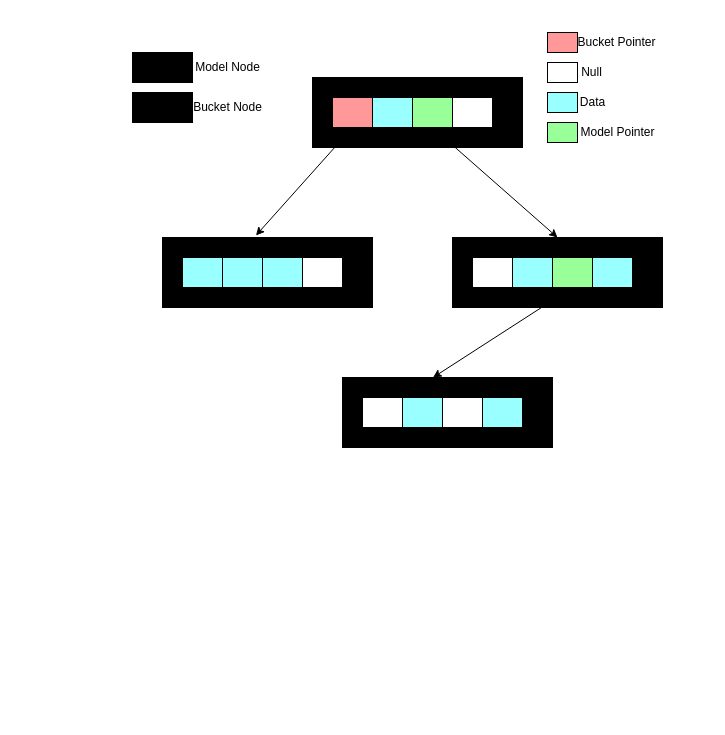
This is images/PreciseSeekIndex.drawio from jingtao8a/draw.io, a draw.io file, before an edit. Source tidied: cells renumbered, new cells numbered last; positions are measured from the earlier drawing's top-left corner, leaving out a move shared by most shapes. Both pictures are drawn from the tidied source at 100%, with x=0, y=0 at pixel (132, 17).
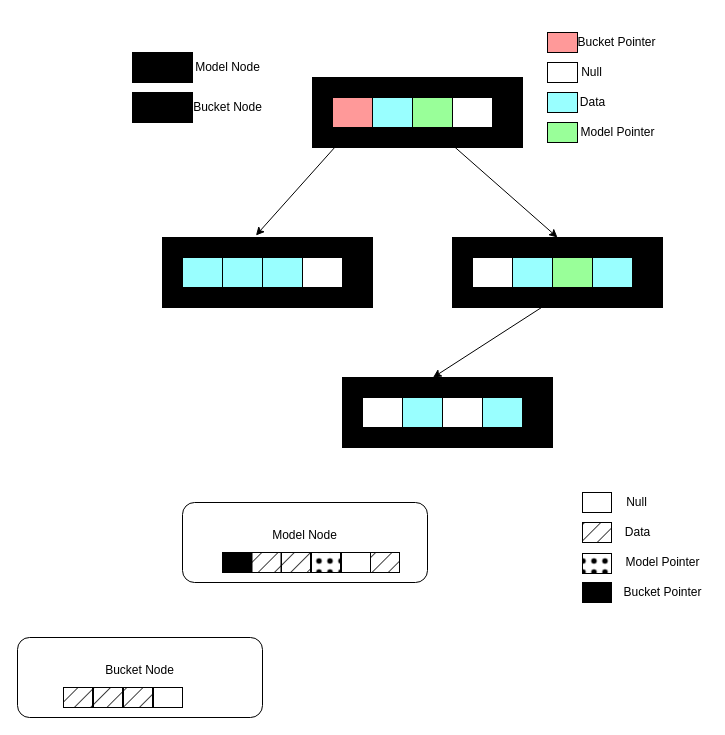
The same diagram, later.

What changed in the source:
```diff
@@
+    <mxCell id="37" value="Model Node&lt;div&gt;&lt;br&gt;&lt;/div&gt;" style="rounded=1;whiteSpace=wrap;html=1;glass=0;strokeColor=light-dark(#000000,#FFFFFF);align=center;verticalAlign=middle;fontFamily=Helvetica;fontSize=12;fontColor=default;fillColor=none;fillStyle=auto;" parent="1" vertex="1">
+      <mxGeometry x="50" y="485" width="245" height="80" as="geometry" />
+    </mxCell>
+    <mxCell id="38" style="rounded=0;whiteSpace=wrap;html=1;glass=0;strokeColor=default;align=center;verticalAlign=middle;fontFamily=Helvetica;fontSize=12;fontColor=default;fillColor=none;fillStyle=auto;" parent="1" vertex="1">
+      <mxGeometry x="450" y="475" width="29" height="20" as="geometry" />
+    </mxCell>
+    <mxCell id="39" value="&lt;p class=&quot;MsoNormal&quot;&gt;&lt;span style=&quot;mso-spacerun:'yes';font-family:宋体;mso-ascii-font-family:Calibri;&lt;br/&gt;mso-hansi-font-family:'Cambria Math';mso-bidi-font-family:'Times New Roman';mso-ansi-font-style:normal;&lt;br/&gt;font-size:10.5000pt;mso-font-kerning:1.0000pt;&quot;&gt;&lt;font face=&quot;Calibri&quot;&gt;Null&lt;/font&gt;&lt;/span&gt;&lt;/p&gt;" style="text;html=1;align=center;verticalAlign=middle;strokeColor=none;fillColor=none;fontFamily=Helvetica;fontSize=12;fontColor=default;" parent="1" vertex="1">
+      <mxGeometry x="484" y="460" width="40" height="50" as="geometry" />
+    </mxCell>
+    <mxCell id="40" value="&lt;p class=&quot;MsoNormal&quot;&gt;&lt;span style=&quot;mso-spacerun:'yes';font-family:宋体;mso-ascii-font-family:Calibri;&lt;br/&gt;mso-hansi-font-family:'Cambria Math';mso-bidi-font-family:'Times New Roman';mso-ansi-font-style:normal;&lt;br/&gt;font-size:10.5000pt;mso-font-kerning:1.0000pt;&quot;&gt;&lt;font face=&quot;Calibri&quot;&gt;Data&lt;/font&gt;&lt;/span&gt;&lt;/p&gt;" style="text;html=1;align=center;verticalAlign=middle;strokeColor=none;fillColor=none;fontFamily=Helvetica;fontSize=12;fontColor=default;" parent="1" vertex="1">
+      <mxGeometry x="480" y="490" width="50" height="50" as="geometry" />
+    </mxCell>
+    <mxCell id="41" value="&lt;p class=&quot;MsoNormal&quot;&gt;&lt;span style=&quot;mso-spacerun:'yes';font-family:宋体;mso-ascii-font-family:Calibri;&lt;br/&gt;mso-hansi-font-family:'Cambria Math';mso-bidi-font-family:'Times New Roman';mso-ansi-font-style:normal;&lt;br/&gt;font-size:10.5000pt;mso-font-kerning:1.0000pt;&quot;&gt;&lt;font face=&quot;Calibri&quot;&gt;Bucket Pointer&lt;/font&gt;&lt;/span&gt;&lt;/p&gt;" style="text;html=1;align=center;verticalAlign=middle;strokeColor=none;fillColor=none;fontFamily=Helvetica;fontSize=12;fontColor=default;" parent="1" vertex="1">
+      <mxGeometry x="485" y="550" width="90" height="50" as="geometry" />
+    </mxCell>
+    <mxCell id="42" value="&lt;p class=&quot;MsoNormal&quot;&gt;&lt;span style=&quot;mso-spacerun:'yes';font-family:宋体;mso-ascii-font-family:Calibri;&lt;br/&gt;mso-hansi-font-family:'Cambria Math';mso-bidi-font-family:'Times New Roman';mso-ansi-font-style:normal;&lt;br/&gt;font-size:10.5000pt;mso-font-kerning:1.0000pt;&quot;&gt;&lt;font face=&quot;Calibri&quot;&gt;Model Pointer&lt;/font&gt;&lt;/span&gt;&lt;/p&gt;" style="text;html=1;align=center;verticalAlign=middle;strokeColor=none;fillColor=none;fontFamily=Helvetica;fontSize=12;fontColor=default;" parent="1" vertex="1">
+      <mxGeometry x="485" y="520" width="90" height="50" as="geometry" />
+    </mxCell>
+    <mxCell id="43" style="rounded=0;whiteSpace=wrap;html=1;glass=0;strokeColor=default;align=center;verticalAlign=middle;fontFamily=Helvetica;fontSize=12;fontColor=default;fillColor=#000000;fillStyle=auto;" parent="1" vertex="1">
+      <mxGeometry x="450" y="565" width="29" height="20" as="geometry" />
+    </mxCell>
+    <mxCell id="44" style="rounded=0;whiteSpace=wrap;html=1;glass=0;strokeColor=default;align=center;verticalAlign=middle;fontFamily=Helvetica;fontSize=12;fontColor=default;fillColor=#000000;fillStyle=hatch;gradientColor=none;" parent="1" vertex="1">
+      <mxGeometry x="450" y="505" width="29" height="20" as="geometry" />
+    </mxCell>
+    <mxCell id="45" style="rounded=0;whiteSpace=wrap;html=1;glass=0;strokeColor=default;align=center;verticalAlign=middle;fontFamily=Helvetica;fontSize=12;fontColor=default;fillColor=#000000;fillStyle=dots;" parent="1" vertex="1">
+      <mxGeometry x="450" y="536" width="29" height="20" as="geometry" />
+    </mxCell>
+    <mxCell id="46" value="Bucket Node&lt;div&gt;&lt;br&gt;&lt;/div&gt;" style="rounded=1;whiteSpace=wrap;html=1;glass=0;strokeColor=light-dark(#000000,#FFFFFF);align=center;verticalAlign=middle;fontFamily=Helvetica;fontSize=12;fontColor=default;fillColor=none;fillStyle=auto;" parent="1" vertex="1">
+      <mxGeometry x="-115" y="620" width="245" height="80" as="geometry" />
+    </mxCell>
+    <mxCell id="47" style="rounded=0;whiteSpace=wrap;html=1;glass=0;strokeColor=default;align=center;verticalAlign=middle;fontFamily=Helvetica;fontSize=12;fontColor=default;fillColor=#000000;fillStyle=auto;" parent="1" vertex="1">
+      <mxGeometry x="90" y="535" width="29" height="20" as="geometry" />
+    </mxCell>
+    <mxCell id="48" style="rounded=0;whiteSpace=wrap;html=1;glass=0;strokeColor=default;align=center;verticalAlign=middle;fontFamily=Helvetica;fontSize=12;fontColor=default;fillColor=#000000;fillStyle=hatch;gradientColor=none;" parent="1" vertex="1">
+      <mxGeometry x="119.5" y="535" width="29" height="20" as="geometry" />
+    </mxCell>
+    <mxCell id="49" style="rounded=0;whiteSpace=wrap;html=1;glass=0;strokeColor=default;align=center;verticalAlign=middle;fontFamily=Helvetica;fontSize=12;fontColor=default;fillColor=#000000;fillStyle=hatch;gradientColor=none;" parent="1" vertex="1">
+      <mxGeometry x="149" y="535" width="29" height="20" as="geometry" />
+    </mxCell>
+    <mxCell id="50" style="rounded=0;whiteSpace=wrap;html=1;glass=0;strokeColor=default;align=center;verticalAlign=middle;fontFamily=Helvetica;fontSize=12;fontColor=default;fillColor=#000000;fillStyle=dots;" parent="1" vertex="1">
+      <mxGeometry x="179" y="535" width="29" height="20" as="geometry" />
+    </mxCell>
+    <mxCell id="51" style="rounded=0;whiteSpace=wrap;html=1;glass=0;strokeColor=default;align=center;verticalAlign=middle;fontFamily=Helvetica;fontSize=12;fontColor=default;fillColor=none;fillStyle=auto;" parent="1" vertex="1">
+      <mxGeometry x="209" y="535" width="29" height="20" as="geometry" />
+    </mxCell>
+    <mxCell id="52" style="rounded=0;whiteSpace=wrap;html=1;glass=0;strokeColor=default;align=center;verticalAlign=middle;fontFamily=Helvetica;fontSize=12;fontColor=default;fillColor=#000000;fillStyle=hatch;gradientColor=none;" parent="1" vertex="1">
+      <mxGeometry x="238" y="535" width="29" height="20" as="geometry" />
+    </mxCell>
+    <mxCell id="53" style="rounded=0;whiteSpace=wrap;html=1;glass=0;strokeColor=default;align=center;verticalAlign=middle;fontFamily=Helvetica;fontSize=12;fontColor=default;fillColor=#000000;fillStyle=hatch;gradientColor=none;" parent="1" vertex="1">
+      <mxGeometry x="-69" y="670" width="29" height="20" as="geometry" />
+    </mxCell>
+    <mxCell id="54" style="rounded=0;whiteSpace=wrap;html=1;glass=0;strokeColor=default;align=center;verticalAlign=middle;fontFamily=Helvetica;fontSize=12;fontColor=default;fillColor=#000000;fillStyle=hatch;gradientColor=none;" parent="1" vertex="1">
+      <mxGeometry x="-39" y="670" width="29" height="20" as="geometry" />
+    </mxCell>
+    <mxCell id="55" style="rounded=0;whiteSpace=wrap;html=1;glass=0;strokeColor=default;align=center;verticalAlign=middle;fontFamily=Helvetica;fontSize=12;fontColor=default;fillColor=#000000;fillStyle=hatch;gradientColor=none;" parent="1" vertex="1">
+      <mxGeometry x="-9" y="670" width="29" height="20" as="geometry" />
+    </mxCell>
+    <mxCell id="56" style="rounded=0;whiteSpace=wrap;html=1;glass=0;strokeColor=default;align=center;verticalAlign=middle;fontFamily=Helvetica;fontSize=12;fontColor=default;fillColor=none;fillStyle=auto;" parent="1" vertex="1">
+      <mxGeometry x="21" y="670" width="29" height="20" as="geometry" />
+    </mxCell>
```
